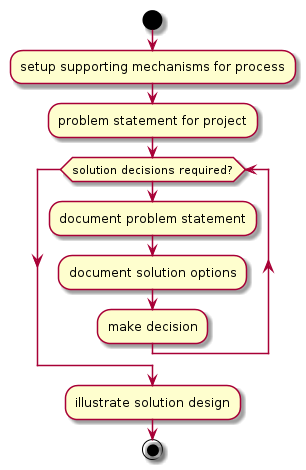
This is documentation/process-so-we-know-what-we-are-doing.png from svo/role-based-access-control, a PlantUML export, as it was before one commit. The source it was exported from:
```plantuml
@startuml

start

:setup supporting mechanisms for process;
:problem statement for project;

while (solution decisions required?)
  :document problem statement;
  :document solution options;
  :make decision;
endwhile

:illustrate solution design;

stop

@enduml
```
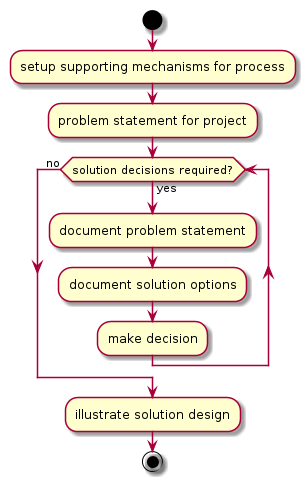
The same diagram one commit later.

Commit message:
Updates to process System of Work activity diagram

What changed in the source:
```diff
@@ -5,11 +5,11 @@
 :setup supporting mechanisms for process;
 :problem statement for project;
 
-while (solution decisions required?)
+while (solution decisions required?) is (yes)
   :document problem statement;
   :document solution options;
   :make decision;
-endwhile
+endwhile (no)
 
 :illustrate solution design;
 
```
